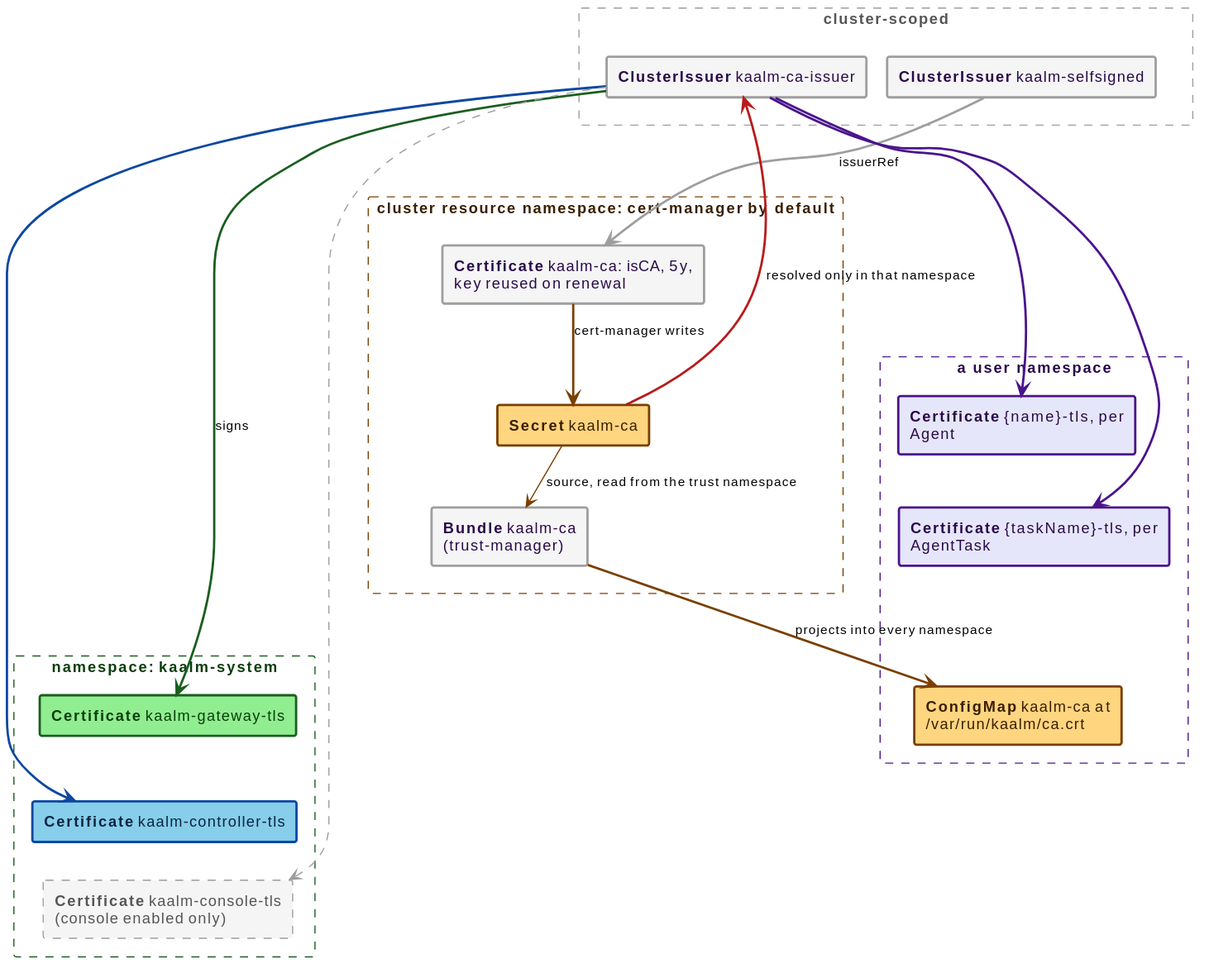
Before: docs/src/diagrams/trust-chain.svg, a diagram exported from PlantUML (win07xp/kaalm).
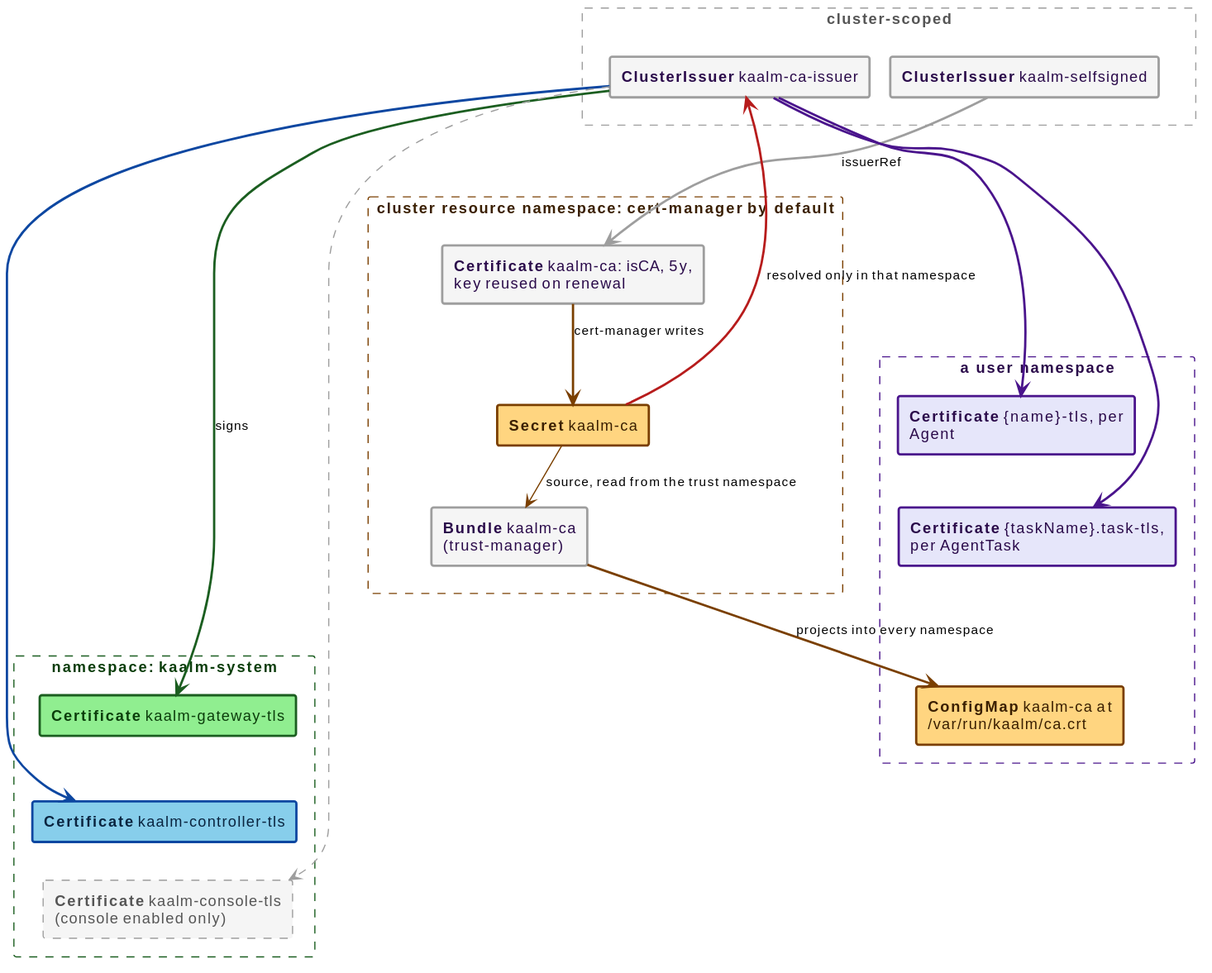
The same diagram one commit later.

The edit, as a diff of the source:
```diff
@@ -21,7 +21,7 @@
 }
 rectangle "a user namespace" as nsuser #line:4A148C;line.dashed;text:2a0a4a {
   rectangle "**Certificate** {name}-tls, per Agent" as agenttls #back:E6E6FA;line:4A148C;line.bold;text:2a0a4a
-  rectangle "**Certificate** {taskName}-tls, per AgentTask" as tasktls #back:E6E6FA;line:4A148C;line.bold;text:2a0a4a
+  rectangle "**Certificate** {taskName}.task-tls, per AgentTask" as tasktls #back:E6E6FA;line:4A148C;line.bold;text:2a0a4a
   rectangle "**ConfigMap** kaalm-ca at /var/run/kaalm/ca.crt" as cacm #back:FFD580;line:7a3f00;line.bold;text:3a1f00
 }
 selfsigned -[#9E9E9E,bold]-> cacert : issuerRef
```
